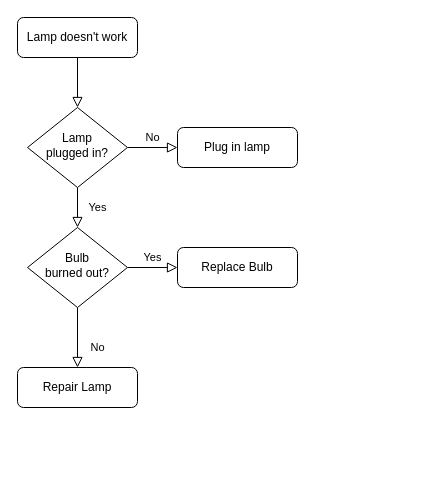
This is loglog.drawio from yuhuajing/account-abstraction, a draw.io file, before an edit. Source tidied: cells renumbered, new cells numbered last; positions are measured from the earlier drawing's top-left corner, leaving out a move shared by most shapes. Both pictures are drawn from the tidied source at 100%, with x=0, y=0 at pixel (17, 17).
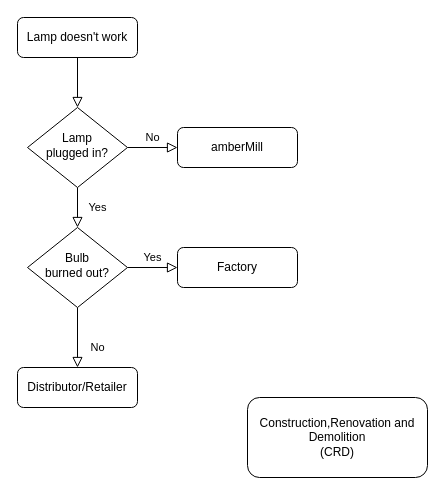
Above is the later version.

What changed in the source:
```diff
@@
 <mxGraphModel>
   <root>
     <mxCell id="0" />
     <mxCell id="1" parent="0" />
     <mxCell id="2" style="rounded=0;html=1;jettySize=auto;fontSize=11;endArrow=block;endFill=0;endSize=8;strokeWidth=1;shadow=0;labelBackgroundColor=none;edgeStyle=orthogonalEdgeStyle;" parent="1" edge="1" source="3" target="6">
       <mxGeometry relative="1" as="geometry" />
     </mxCell>
     <mxCell id="3" value="Lamp doesn't work" style="rounded=1;whiteSpace=wrap;html=1;fontSize=12;glass=0;strokeWidth=1;shadow=0;" parent="1" vertex="1">
       <mxGeometry width="120" height="40" as="geometry" />
     </mxCell>
     <mxCell id="4" value="Yes" style="rounded=0;html=1;jettySize=auto;fontSize=11;endArrow=block;endFill=0;endSize=8;strokeWidth=1;shadow=0;labelBackgroundColor=none;edgeStyle=orthogonalEdgeStyle;" parent="1" edge="1" source="6" target="10">
       <mxGeometry y="20" relative="1" as="geometry" />
     </mxCell>
     <mxCell id="5" value="No" style="edgeStyle=orthogonalEdgeStyle;rounded=0;html=1;jettySize=auto;fontSize=11;endArrow=block;endFill=0;endSize=8;strokeWidth=1;shadow=0;labelBackgroundColor=none;" parent="1" edge="1" source="6" target="7">
       <mxGeometry y="10" relative="1" as="geometry" />
     </mxCell>
     <mxCell id="6" value="Lamp&lt;br&gt;plugged in?" style="rhombus;whiteSpace=wrap;html=1;shadow=0;fontFamily=Helvetica;fontSize=12;align=center;strokeWidth=1;spacing=6;spacingTop=-4;" parent="1" vertex="1">
       <mxGeometry x="10" y="90" width="100" height="80" as="geometry" />
     </mxCell>
-    <mxCell id="7" value="Plug in lamp" style="rounded=1;whiteSpace=wrap;html=1;fontSize=12;glass=0;strokeWidth=1;shadow=0;" parent="1" vertex="1">
+    <mxCell id="7" value="amberMill" style="rounded=1;whiteSpace=wrap;html=1;fontSize=12;glass=0;strokeWidth=1;shadow=0;" parent="1" vertex="1">
       <mxGeometry x="160" y="110" width="120" height="40" as="geometry" />
     </mxCell>
     <mxCell id="8" value="No" style="rounded=0;html=1;jettySize=auto;fontSize=11;endArrow=block;endFill=0;endSize=8;strokeWidth=1;shadow=0;labelBackgroundColor=none;edgeStyle=orthogonalEdgeStyle;" parent="1" edge="1" source="10" target="11">
       <mxGeometry x="0.33" y="20" relative="1" as="geometry" />
     </mxCell>
     <mxCell id="9" value="Yes" style="edgeStyle=orthogonalEdgeStyle;rounded=0;html=1;jettySize=auto;fontSize=11;endArrow=block;endFill=0;endSize=8;strokeWidth=1;shadow=0;labelBackgroundColor=none;" parent="1" edge="1" source="10" target="12">
       <mxGeometry y="10" relative="1" as="geometry" />
     </mxCell>
     <mxCell id="10" value="Bulb&lt;br&gt;burned out?" style="rhombus;whiteSpace=wrap;html=1;shadow=0;fontFamily=Helvetica;fontSize=12;align=center;strokeWidth=1;spacing=6;spacingTop=-4;" parent="1" vertex="1">
       <mxGeometry x="10" y="210" width="100" height="80" as="geometry" />
     </mxCell>
-    <mxCell id="11" value="Repair Lamp" style="rounded=1;whiteSpace=wrap;html=1;fontSize=12;glass=0;strokeWidth=1;shadow=0;" parent="1" vertex="1">
+    <mxCell id="11" value="Distributor/Retailer" style="rounded=1;whiteSpace=wrap;html=1;fontSize=12;glass=0;strokeWidth=1;shadow=0;" parent="1" vertex="1">
       <mxGeometry y="350" width="120" height="40" as="geometry" />
     </mxCell>
-    <mxCell id="12" value="Replace Bulb" style="rounded=1;whiteSpace=wrap;html=1;fontSize=12;glass=0;strokeWidth=1;shadow=0;" parent="1" vertex="1">
+    <mxCell id="12" value="Factory" style="rounded=1;whiteSpace=wrap;html=1;fontSize=12;glass=0;strokeWidth=1;shadow=0;" parent="1" vertex="1">
       <mxGeometry x="160" y="230" width="120" height="40" as="geometry" />
     </mxCell>
+    <mxCell id="13" value="Construction,Renovation and Demolition&lt;div&gt;(CRD)&lt;/div&gt;" style="rounded=1;whiteSpace=wrap;html=1;fontSize=12;glass=0;strokeWidth=1;shadow=0;" parent="1" vertex="1">
+      <mxGeometry x="230" y="380" width="180" height="80" as="geometry" />
+    </mxCell>
   </root>
 </mxGraphModel>
```
